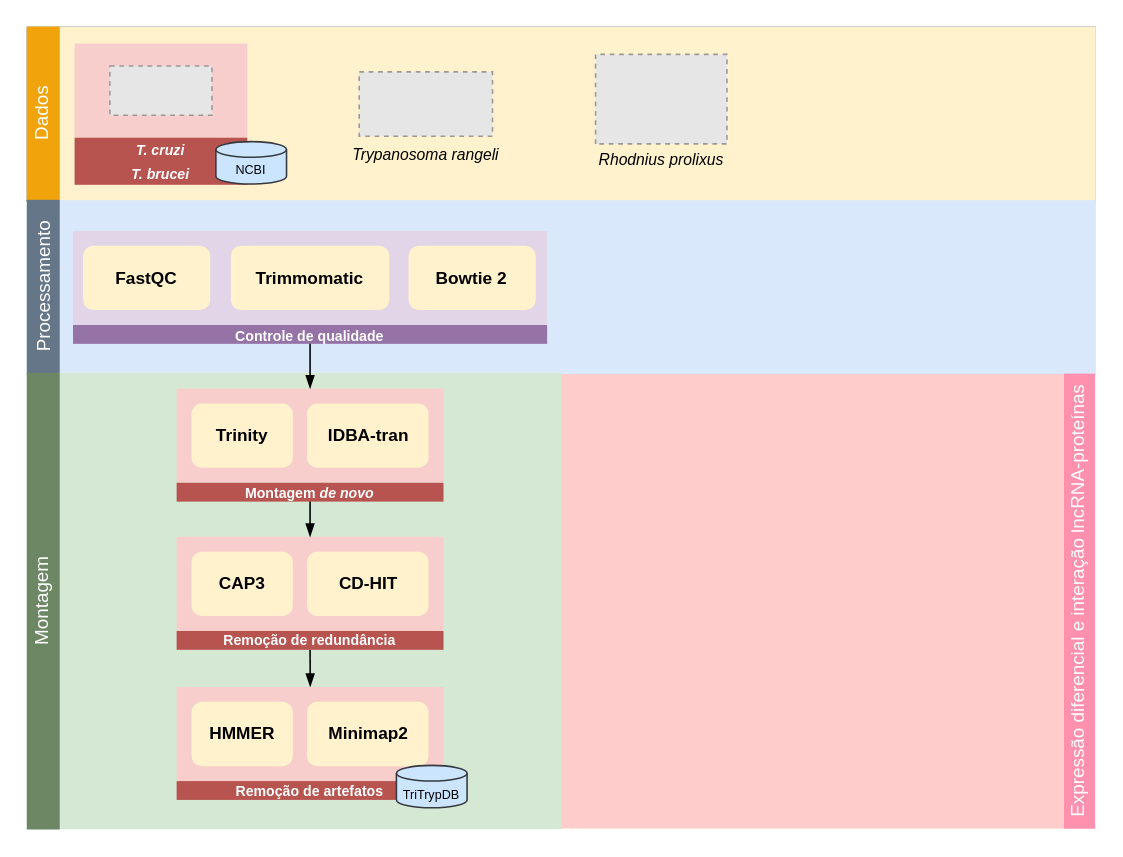
Before: page "Vertical" (2 of 2) of ufsc/ppgbtc-doutorado/workflow_rnaseq_trangeli.drawio in ekazuo/draw-io, a draw.io diagram. Source tidied: cells renumbered, new cells numbered last; positions are measured from the earlier drawing's top-left corner, leaving out a move shared by most shapes. Both pictures are drawn from the tidied source at 157%, with x=0, y=0 at pixel (-185, 27). Pictures stored in the file or linked from it are replaced by grey dashed boxes.
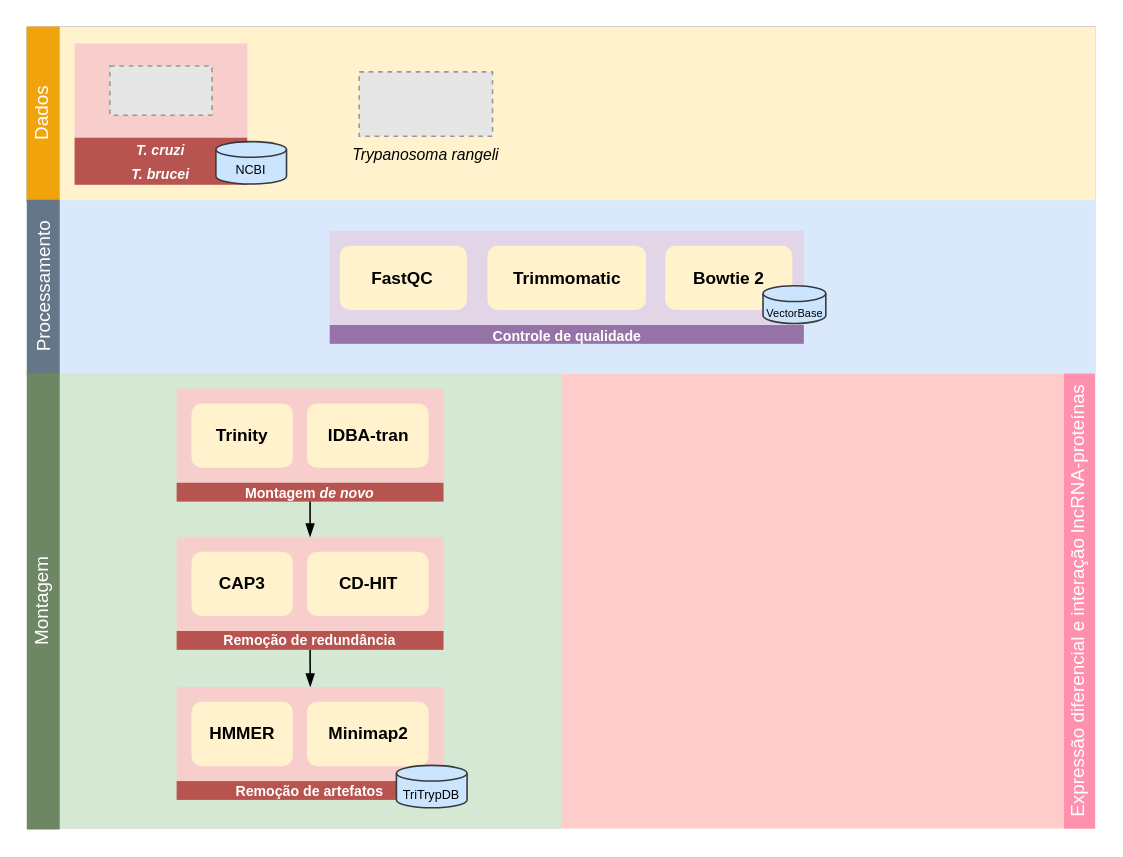
After the change.

The change refers to these unchanged cells:
```xml
<mxCell id="14" value="&lt;font style=&quot;font-size: 9px;&quot; color=&quot;#ffffff&quot;&gt;&lt;b&gt;&lt;font style=&quot;font-size: 9px;&quot;&gt;Controle de qualidade&lt;/font&gt;&lt;/b&gt;&lt;/font&gt;" style="rounded=0;whiteSpace=wrap;html=1;arcSize=5;fontStyle=1;fillColor=#9673A6;strokeColor=none;" parent="9" vertex="1">
  <mxGeometry y="60" width="302" height="12" as="geometry" />
</mxCell>
<mxCell id="16" style="rounded=0;whiteSpace=wrap;html=1;arcSize=5;fontStyle=1;fillColor=#F8CECC;strokeColor=none;" parent="15" vertex="1">
  <mxGeometry width="170" height="60" as="geometry" />
</mxCell>
```

Change to the diagram source:
```diff
@@
     <mxCell id="9" style="group;" parent="1" vertex="1">
-      <mxGeometry x="164" y="129.5" width="302" height="72" as="geometry" />
+      <mxGeometry x="327.5" y="129.5" width="315" height="72" as="geometry" />
     </mxCell>
@@
+    <mxCell id="46" value="&lt;font style=&quot;font-size: 7px;&quot;&gt;VectorBase&lt;/font&gt;" style="shape=cylinder3;whiteSpace=wrap;html=1;boundedLbl=1;backgroundOutline=1;size=5;fontSize=10;fillColor=#cce5ff;strokeColor=#36393d;" parent="9" vertex="1">
+      <mxGeometry x="276" y="35" width="40" height="24" as="geometry" />
+    </mxCell>
@@
-    <mxCell id="36" style="edgeStyle=orthogonalEdgeStyle;rounded=0;jettySize=auto;html=1;exitX=0.5;exitY=1;exitDx=0;exitDy=0;entryX=0.5;entryY=0;entryDx=0;entryDy=0;endArrow=blockThin;endFill=1;" parent="1" edge="1" source="14" target="16">
-      <mxGeometry relative="1" as="geometry" />
-    </mxCell>
@@
-    <mxCell id="38" style="fillColor=#E6E6E6;strokeColor=#999999;dashed=1;verticalLabelPosition=bottom;labelBackgroundColor=default;verticalAlign=top;rotation=-90;" parent="1" vertex="1">
-      <mxGeometry x="510.2" y="3.8" width="57" height="83.7" as="geometry" />
-    </mxCell>
@@
-    <mxCell id="40" value="&lt;div style=&quot;font-size: 10px;&quot;&gt;&lt;font style=&quot;font-size: 10px;&quot;&gt;&lt;i&gt;Rhodnius prolixus&lt;br&gt;&lt;/i&gt;&lt;/font&gt;&lt;/div&gt;" style="text;html=1;strokeColor=none;fillColor=none;align=center;verticalAlign=middle;whiteSpace=wrap;rounded=0;" parent="1" vertex="1">
-      <mxGeometry x="485" y="74.4" width="107.5" height="19.5" as="geometry" />
-    </mxCell>
```
